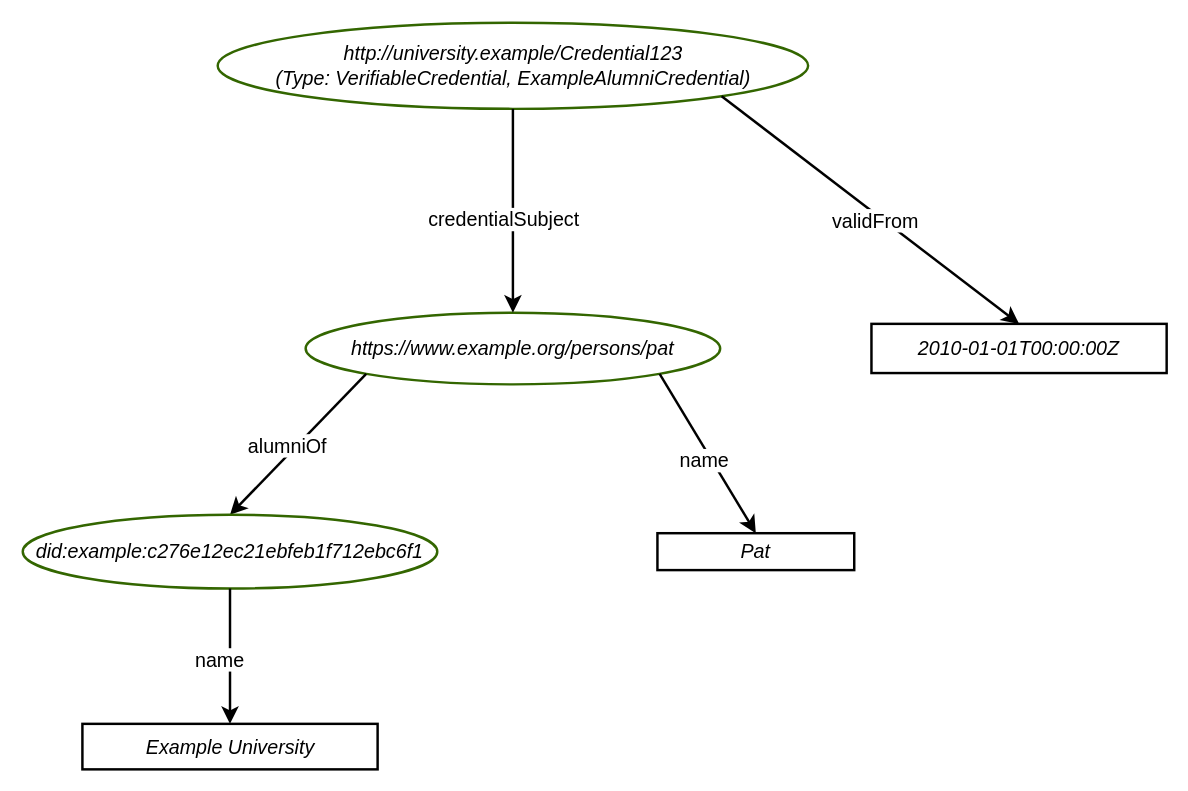
This is diagrams/credential_example.drawio from w3c/vc-overview, a draw.io file, before an edit. Source tidied: cells renumbered, new cells numbered last; positions are measured from the earlier drawing's top-left corner, leaving out a move shared by most shapes. Both pictures are drawn from the tidied source at 123%, with x=0, y=0 at pixel (22, 22).
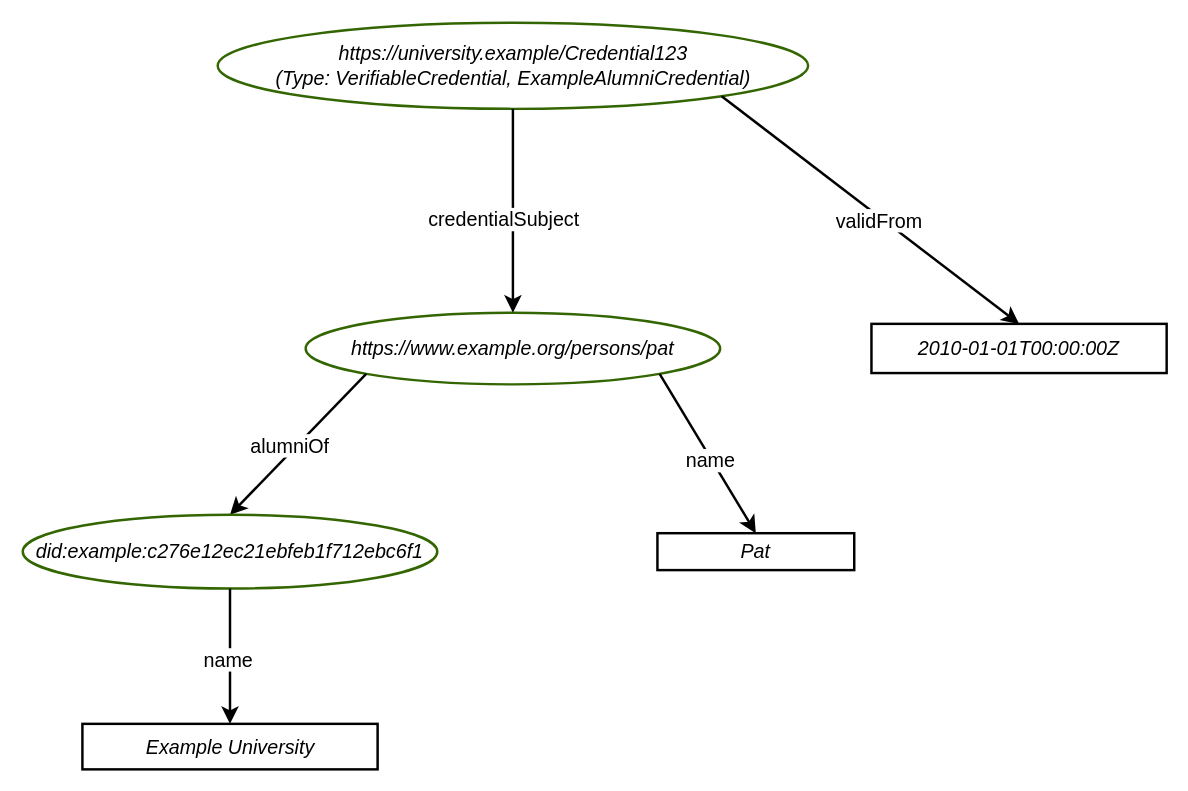
After the change.

Commit message (it also covers changes not shown here):
Added schema and jose-cose

I also made some minor restructuring and minor changes on the previous content.

Unchanged cells that the change refers to:
```xml
<mxCell id="4" style="endArrow=classic;html=1;rounded=0;fontSize=12;startSize=8;endSize=8;curved=1;entryX=0.5;entryY=0;entryDx=0;entryDy=0;exitX=1;exitY=1;exitDx=0;exitDy=0;strokeWidth=2;fontStyle=2;" parent="1" edge="1" source="2" target="3">
  <mxGeometry relative="1" as="geometry" />
</mxCell>
<mxCell id="9" style="endArrow=classic;html=1;rounded=0;fontSize=12;startSize=8;endSize=8;curved=1;entryX=0.5;entryY=0;entryDx=0;entryDy=0;exitX=1;exitY=1;exitDx=0;exitDy=0;strokeWidth=2;fontStyle=2;" parent="1" edge="1" source="6" target="13">
  <mxGeometry relative="1" as="geometry" />
</mxCell>
<mxCell id="11" style="endArrow=classic;html=1;rounded=0;fontSize=12;startSize=8;endSize=8;curved=1;entryX=0.5;entryY=0;entryDx=0;entryDy=0;exitX=0;exitY=1;exitDx=0;exitDy=0;strokeWidth=2;fontStyle=2;" parent="1" edge="1" source="6" target="15">
  <mxGeometry relative="1" as="geometry" />
</mxCell>
<mxCell id="16" style="endArrow=classic;html=1;rounded=0;fontSize=12;startSize=8;endSize=8;curved=1;exitX=0.5;exitY=1;exitDx=0;exitDy=0;strokeWidth=2;fontStyle=2;entryX=0.5;entryY=0;entryDx=0;entryDy=0;" parent="1" edge="1" source="15" target="14">
  <mxGeometry relative="1" as="geometry" />
</mxCell>
```

Diff of the diagram source:
```diff
@@
-    <mxCell id="2" value="&lt;div&gt;&lt;i&gt;http://university.example/Credential123&lt;/i&gt;&lt;/div&gt;&lt;div&gt;&lt;i&gt;(Type: VerifiableCredential, ExampleAlumniCredential)&lt;/i&gt;&lt;/div&gt;" style="ellipse;whiteSpace=wrap;html=1;fontSize=16;fillColor=none;strokeWidth=2;strokeColor=#336600;" parent="1" vertex="1">
+    <mxCell id="2" value="&lt;div&gt;&lt;i&gt;https://university.example/Credential123&lt;/i&gt;&lt;/div&gt;&lt;div&gt;&lt;i&gt;(Type: VerifiableCredential, ExampleAlumniCredential)&lt;/i&gt;&lt;/div&gt;" style="ellipse;whiteSpace=wrap;html=1;fontSize=16;fillColor=none;strokeWidth=2;strokeColor=#336600;" parent="1" vertex="1">
       <mxGeometry x="158.5" width="480" height="70" as="geometry" />
     </mxCell>
@@
     <mxCell id="5" value="validFrom" style="edgeLabel;html=1;align=center;verticalAlign=middle;fontSize=16;" parent="4" vertex="1">
       <mxGeometry x="0.13" y="-2" relative="1" as="geometry">
-        <mxPoint x="-11" y="-5" as="offset" />
+        <mxPoint x="-8" y="-5" as="offset" />
       </mxGeometry>
     </mxCell>
@@
     <mxCell id="10" value="name" style="edgeLabel;html=1;align=center;verticalAlign=middle;fontSize=16;" parent="9" vertex="1">
       <mxGeometry x="0.13" y="-2" relative="1" as="geometry">
-        <mxPoint x="-7" y="-5" as="offset" />
+        <mxPoint x="-2" y="-5" as="offset" />
       </mxGeometry>
     </mxCell>
@@
     <mxCell id="12" value="alumniOf" style="edgeLabel;html=1;align=center;verticalAlign=middle;fontSize=16;" parent="11" vertex="1">
       <mxGeometry x="0.13" y="-2" relative="1" as="geometry">
-        <mxPoint x="-1" y="-5" as="offset" />
+        <mxPoint x="1" y="-5" as="offset" />
       </mxGeometry>
     </mxCell>
@@
     <mxCell id="17" value="name" style="edgeLabel;html=1;align=center;verticalAlign=middle;fontSize=16;" parent="16" vertex="1">
       <mxGeometry x="0.13" y="-2" relative="1" as="geometry">
-        <mxPoint x="-7" y="-5" as="offset" />
+        <mxPoint y="-5" as="offset" />
       </mxGeometry>
     </mxCell>
```
